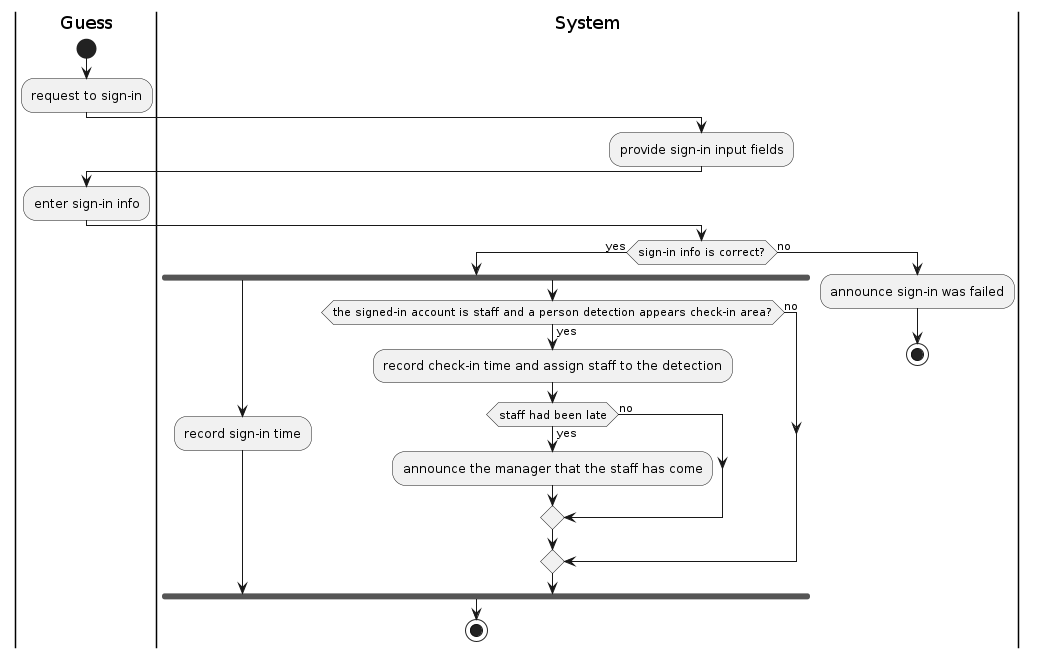
LapTQ/MCT keeps this PlantUML diagram as docs/UML/Activity Diagrams/user-sign-in.png. Above is the earlier version.
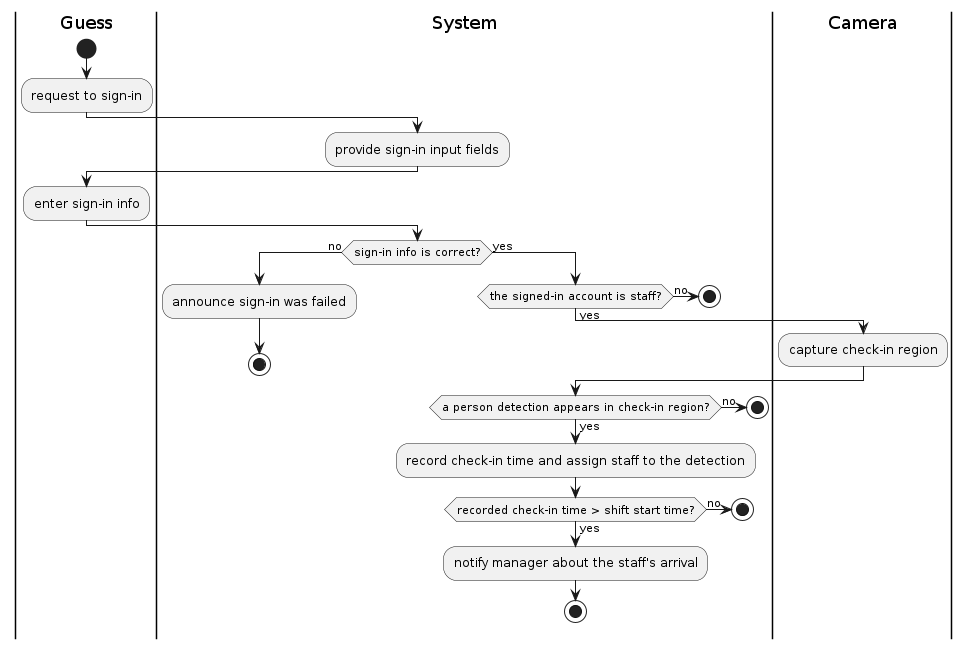
Later version of the same file.

Change to the diagram source:
```diff
@@ -7,22 +7,27 @@
 |Guess|
 :enter sign-in info;
 |System|
-if (sign-in info is correct?) then (yes)
-    fork
-        :record sign-in time;
-    fork again
-        if (the signed-in account is staff and a person detection appears check-in area?) then (yes)
+if (sign-in info is correct?) then (no)
+    :announce sign-in was failed;
+    stop
+else (yes)
+    if (the signed-in account is staff?) then (no)
+        stop
+    else (yes)
+        |Camera|
+        :capture check-in region;
+        |System|
+        if (a person detection appears in check-in region?) then (yes)
             :record check-in time and assign staff to the detection;
-            if (staff had been late) then (yes)
-                :announce the manager that the staff has come;
+            if (recorded check-in time > shift start time?) then (yes)
+                :notify manager about the staff's arrival;
             else (no)
+                stop
             endif
         else (no)
+            stop
         endif
-    end fork
-    stop
-else (no)
-    :announce sign-in was failed;
+    endif
     stop
 endif
 @enduml
```
